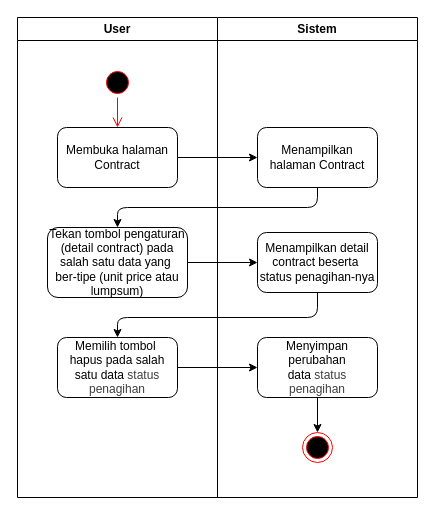
rismanrhz/idms keeps this draw.io diagram as contract/hapusstatuspenagihan.drawio. Above is the earlier version. Source tidied: cells renumbered, new cells numbered last; positions are measured from the earlier drawing's top-left corner, leaving out a move shared by most shapes. Both pictures are drawn from the tidied source at 100%, with x=0, y=0 at pixel (17, 17).
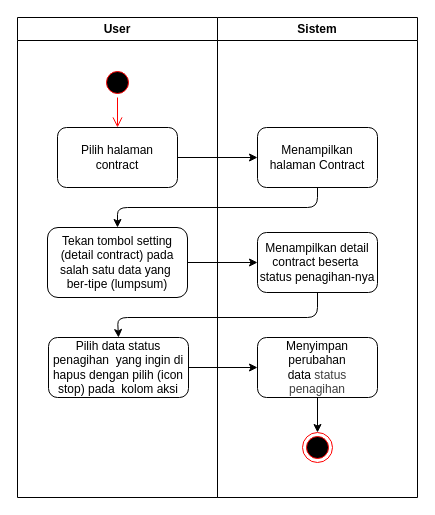
The same page after the edit.

The change refers to these unchanged cells:
```xml
<mxCell id="2" value="User" style="swimlane;whiteSpace=wrap;html=1;" parent="1" vertex="1">
  <mxGeometry width="200" height="480" as="geometry" />
</mxCell>
```

Change to the diagram source:
```diff
@@
-    <mxCell id="4" value="Membuka halaman Contract" style="rounded=1;whiteSpace=wrap;html=1;" parent="2" vertex="1">
+    <mxCell id="4" value="Pilih halaman contract" style="rounded=1;whiteSpace=wrap;html=1;" parent="2" vertex="1">
       <mxGeometry x="40" y="110" width="120" height="60" as="geometry" />
     </mxCell>
@@
-    <mxCell id="6" value="Tekan tombol pengaturan (detail contract) pada salah satu data yang&amp;nbsp;&lt;div&gt;ber-tipe (unit price atau lumpsum)&lt;/div&gt;" style="rounded=1;whiteSpace=wrap;html=1;" parent="2" vertex="1">
+    <mxCell id="6" value="&lt;span style=&quot;color: rgb(0, 0, 0);&quot;&gt;Tekan tombol setting (detail contract) pada salah satu data yang&amp;nbsp;&lt;/span&gt;&lt;div&gt;ber-tipe (lumpsum)&lt;/div&gt;" style="rounded=1;whiteSpace=wrap;html=1;" parent="2" vertex="1">
       <mxGeometry x="30" y="210" width="140" height="70" as="geometry" />
     </mxCell>
-    <mxCell id="7" value="Memilih tombol&amp;nbsp;&lt;div&gt;hapus pada salah satu data&amp;nbsp;&lt;span style=&quot;color: rgb(63, 63, 63);&quot;&gt;status penagihan&lt;/span&gt;&lt;/div&gt;" style="rounded=1;whiteSpace=wrap;html=1;" parent="2" vertex="1">
-      <mxGeometry x="40" y="320" width="120" height="60" as="geometry" />
+    <mxCell id="7" value="&lt;span style=&quot;color: rgb(0, 0, 0);&quot;&gt;Pilih data status penagihan&amp;nbsp; yang ingin di hapus dengan pilih (icon stop) pada&amp;nbsp; kolom aksi&lt;/span&gt;" style="rounded=1;whiteSpace=wrap;html=1;" parent="2" vertex="1">
+      <mxGeometry x="31" y="320" width="140" height="60" as="geometry" />
     </mxCell>
```
